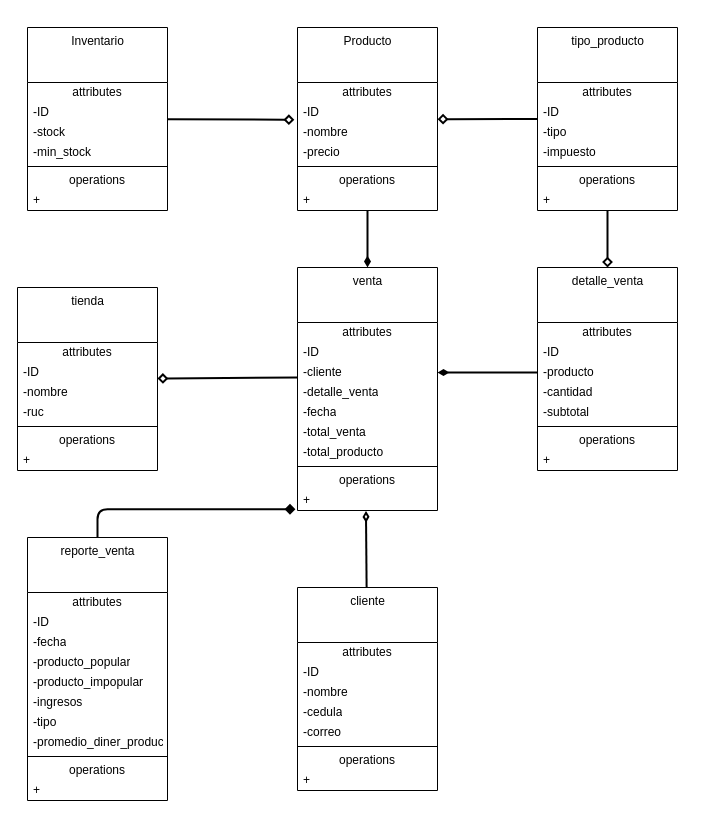
RoChuquiana7845/TareaPOO1 keeps this draw.io diagram as drawio/proyecto.drawio. Above is the earlier version. Source tidied: cells renumbered, new cells numbered last; positions are measured from the earlier drawing's top-left corner, leaving out a move shared by most shapes. Both pictures are drawn from the tidied source at 100%, with x=0, y=0 at pixel (17, 27).
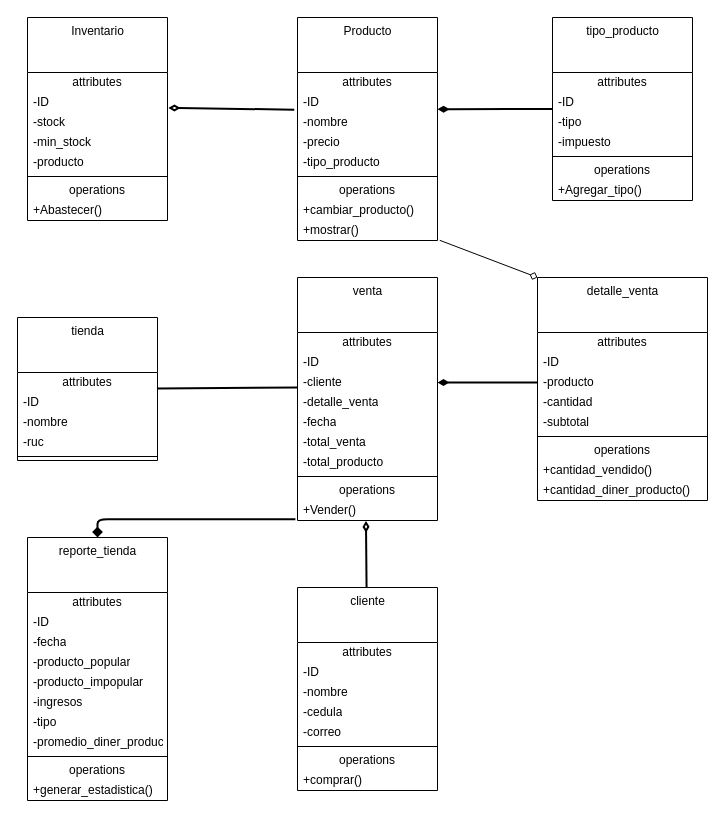
Above is the later version.

Commit message:
Terminamos el diagrama :'D

Unchanged cells that the change refers to:
```xml
<mxCell id="6" value="-stock" style="text;html=1;strokeColor=none;fillColor=none;align=left;verticalAlign=middle;spacingLeft=4;spacingRight=4;overflow=hidden;points=[[0,0.5],[1,0.5]];portConstraint=eastwest;" parent="3" vertex="1">
  <mxGeometry y="95" width="140" height="20" as="geometry" />
</mxCell>
<mxCell id="14" value="-ID" style="text;html=1;strokeColor=none;fillColor=none;align=left;verticalAlign=middle;spacingLeft=4;spacingRight=4;overflow=hidden;points=[[0,0.5],[1,0.5]];portConstraint=eastwest;" parent="12" vertex="1">
  <mxGeometry y="75" width="140" height="20" as="geometry" />
</mxCell>
<mxCell id="33" value="-detalle_venta" style="text;html=1;strokeColor=none;fillColor=none;align=left;verticalAlign=middle;spacingLeft=4;spacingRight=4;overflow=hidden;points=[[0,0.5],[1,0.5]];portConstraint=eastwest;" parent="29" vertex="1">
  <mxGeometry y="115" width="140" height="20" as="geometry" />
</mxCell>
<mxCell id="41" value="cliente" style="swimlane;fontStyle=0;align=center;verticalAlign=top;horizontal=1;startSize=55;html=1;" parent="1" vertex="1">
  <mxGeometry x="280" y="560" width="140" height="203" as="geometry" />
</mxCell>
```

The edit, as a diff of the source:
```diff
@@
-    <mxCell id="2" style="edgeStyle=none;html=1;entryX=-0.023;entryY=0.86;entryDx=0;entryDy=0;entryPerimeter=0;endArrow=diamond;endFill=0;strokeWidth=2;" parent="1" edge="1" source="3" target="14">
+    <mxCell id="2" style="edgeStyle=none;html=1;entryX=-0.023;entryY=0.86;entryDx=0;entryDy=0;entryPerimeter=0;endArrow=none;endFill=0;strokeWidth=2;startArrow=diamondThin;startFill=0;exitX=1.007;exitY=-0.23;exitDx=0;exitDy=0;exitPerimeter=0;" parent="1" edge="1" source="6" target="14">
       <mxGeometry relative="1" as="geometry" />
     </mxCell>
     <mxCell id="3" value="Inventario" style="swimlane;fontStyle=0;align=center;verticalAlign=top;horizontal=1;startSize=55;html=1;" parent="1" vertex="1">
-      <mxGeometry x="10" width="140" height="183" as="geometry" />
+      <mxGeometry x="10" y="-10" width="140" height="203" as="geometry" />
     </mxCell>
@@
+    <mxCell id="83" value="-producto" style="text;html=1;strokeColor=none;fillColor=none;align=left;verticalAlign=middle;spacingLeft=4;spacingRight=4;overflow=hidden;" parent="3" vertex="1">
+      <mxGeometry y="135" width="140" height="20" as="geometry" />
+    </mxCell>
     <mxCell id="8" style="line;strokeWidth=1;fillColor=none;align=left;verticalAlign=middle;spacingTop=-1;spacingLeft=3;spacingRight=3;labelPosition=right;" parent="3" vertex="1">
-      <mxGeometry y="135" width="140" height="8" as="geometry" />
+      <mxGeometry y="155" width="140" height="8" as="geometry" />
     </mxCell>
     <mxCell id="9" value="operations" style="text;html=1;strokeColor=none;fillColor=none;align=center;verticalAlign=middle;spacingLeft=4;spacingRight=4;overflow=hidden;" parent="3" vertex="1">
-      <mxGeometry y="143" width="140" height="20" as="geometry" />
+      <mxGeometry y="163" width="140" height="20" as="geometry" />
     </mxCell>
-    <mxCell id="10" value="+" style="text;html=1;strokeColor=none;fillColor=none;align=left;verticalAlign=middle;spacingLeft=4;spacingRight=4;overflow=hidden;" parent="3" vertex="1">
-      <mxGeometry y="163" width="140" height="20" as="geometry" />
+    <mxCell id="10" value="+Abastecer()" style="text;html=1;strokeColor=none;fillColor=none;align=left;verticalAlign=middle;spacingLeft=4;spacingRight=4;overflow=hidden;" parent="3" vertex="1">
+      <mxGeometry y="183" width="140" height="20" as="geometry" />
     </mxCell>
-    <mxCell id="11" style="edgeStyle=none;html=1;entryX=0.5;entryY=0;entryDx=0;entryDy=0;strokeWidth=2;endArrow=diamondThin;endFill=1;" parent="1" edge="1" source="12" target="29">
-      <mxGeometry relative="1" as="geometry" />
-    </mxCell>
     <mxCell id="12" value="Producto" style="swimlane;fontStyle=0;align=center;verticalAlign=top;horizontal=1;startSize=55;html=1;" parent="1" vertex="1">
-      <mxGeometry x="280" width="140" height="183" as="geometry" />
+      <mxGeometry x="280" y="-10" width="140" height="223" as="geometry" />
     </mxCell>
@@
+    <mxCell id="84" value="-tipo_producto" style="text;html=1;strokeColor=none;fillColor=none;align=left;verticalAlign=middle;spacingLeft=4;spacingRight=4;overflow=hidden;" parent="12" vertex="1">
+      <mxGeometry y="135" width="140" height="20" as="geometry" />
+    </mxCell>
     <mxCell id="17" style="line;strokeWidth=1;fillColor=none;align=left;verticalAlign=middle;spacingTop=-1;spacingLeft=3;spacingRight=3;labelPosition=right;" parent="12" vertex="1">
-      <mxGeometry y="135" width="140" height="8" as="geometry" />
+      <mxGeometry y="155" width="140" height="8" as="geometry" />
     </mxCell>
     <mxCell id="18" value="operations" style="text;html=1;strokeColor=none;fillColor=none;align=center;verticalAlign=middle;spacingLeft=4;spacingRight=4;overflow=hidden;" parent="12" vertex="1">
-      <mxGeometry y="143" width="140" height="20" as="geometry" />
+      <mxGeometry y="163" width="140" height="20" as="geometry" />
     </mxCell>
-    <mxCell id="19" value="+" style="text;html=1;strokeColor=none;fillColor=none;align=left;verticalAlign=middle;spacingLeft=4;spacingRight=4;overflow=hidden;" parent="12" vertex="1">
-      <mxGeometry y="163" width="140" height="20" as="geometry" />
+    <mxCell id="19" value="+cambiar_producto()" style="text;html=1;strokeColor=none;fillColor=none;align=left;verticalAlign=middle;spacingLeft=4;spacingRight=4;overflow=hidden;" parent="12" vertex="1">
+      <mxGeometry y="183" width="140" height="20" as="geometry" />
     </mxCell>
+    <mxCell id="85" value="+mostrar()" style="text;html=1;strokeColor=none;fillColor=none;align=left;verticalAlign=middle;spacingLeft=4;spacingRight=4;overflow=hidden;points=[[0,0.5],[1,0.5]];portConstraint=eastwest;" parent="12" vertex="1">
+      <mxGeometry y="203" width="140" height="20" as="geometry" />
+    </mxCell>
-    <mxCell id="20" style="edgeStyle=none;html=1;entryX=0;entryY=-0.25;entryDx=0;entryDy=0;entryPerimeter=0;strokeWidth=2;endArrow=none;endFill=0;startArrow=diamond;startFill=0;" parent="1" edge="1" source="21" target="33">
+    <mxCell id="20" style="edgeStyle=none;html=1;entryX=0;entryY=-0.25;entryDx=0;entryDy=0;entryPerimeter=0;strokeWidth=2;endArrow=none;endFill=0;startArrow=none;startFill=0;" parent="1" edge="1" source="21" target="33">
       <mxGeometry relative="1" as="geometry" />
     </mxCell>
     <mxCell id="21" value="tienda" style="swimlane;fontStyle=0;align=center;verticalAlign=top;horizontal=1;startSize=55;html=1;" parent="1" vertex="1">
-      <mxGeometry y="260" width="140" height="183" as="geometry" />
+      <mxGeometry y="290" width="140" height="143" as="geometry" />
     </mxCell>
@@
-    <mxCell id="27" value="operations" style="text;html=1;strokeColor=none;fillColor=none;align=center;verticalAlign=middle;spacingLeft=4;spacingRight=4;overflow=hidden;" parent="21" vertex="1">
-      <mxGeometry y="143" width="140" height="20" as="geometry" />
-    </mxCell>
-    <mxCell id="28" value="+" style="text;html=1;strokeColor=none;fillColor=none;align=left;verticalAlign=middle;spacingLeft=4;spacingRight=4;overflow=hidden;" parent="21" vertex="1">
-      <mxGeometry y="163" width="140" height="20" as="geometry" />
-    </mxCell>
     <mxCell id="29" value="venta" style="swimlane;fontStyle=0;align=center;verticalAlign=top;horizontal=1;startSize=55;html=1;" parent="1" vertex="1">
-      <mxGeometry x="280" y="240" width="140" height="243" as="geometry" />
+      <mxGeometry x="280" y="250" width="140" height="243" as="geometry" />
     </mxCell>
@@
-    <mxCell id="39" value="+" style="text;html=1;strokeColor=none;fillColor=none;align=left;verticalAlign=middle;spacingLeft=4;spacingRight=4;overflow=hidden;points=[[0,0.5],[1,0.5]];portConstraint=eastwest;" parent="29" vertex="1">
+    <mxCell id="39" value="+Vender()" style="text;html=1;strokeColor=none;fillColor=none;align=left;verticalAlign=middle;spacingLeft=4;spacingRight=4;overflow=hidden;points=[[0,0.5],[1,0.5]];portConstraint=eastwest;" parent="29" vertex="1">
       <mxGeometry y="223" width="140" height="20" as="geometry" />
     </mxCell>
@@
-    <mxCell id="49" value="+" style="text;html=1;strokeColor=none;fillColor=none;align=left;verticalAlign=middle;spacingLeft=4;spacingRight=4;overflow=hidden;" parent="41" vertex="1">
+    <mxCell id="49" value="+comprar()" style="text;html=1;strokeColor=none;fillColor=none;align=left;verticalAlign=middle;spacingLeft=4;spacingRight=4;overflow=hidden;" parent="41" vertex="1">
       <mxGeometry y="183" width="140" height="20" as="geometry" />
     </mxCell>
-    <mxCell id="50" style="edgeStyle=orthogonalEdgeStyle;html=1;entryX=-0.015;entryY=0.936;entryDx=0;entryDy=0;entryPerimeter=0;strokeWidth=2;startArrow=none;startFill=0;endArrow=diamond;endFill=1;" parent="1" edge="1" source="51" target="39">
+    <mxCell id="50" style="edgeStyle=orthogonalEdgeStyle;html=1;entryX=-0.015;entryY=0.936;entryDx=0;entryDy=0;entryPerimeter=0;strokeWidth=2;startArrow=diamond;startFill=1;endArrow=none;endFill=0;" parent="1" edge="1" source="51" target="39">
       <mxGeometry relative="1" as="geometry" />
     </mxCell>
-    <mxCell id="51" value="reporte_venta" style="swimlane;fontStyle=0;align=center;verticalAlign=top;horizontal=1;startSize=55;html=1;" parent="1" vertex="1">
+    <mxCell id="51" value="reporte_tienda" style="swimlane;fontStyle=0;align=center;verticalAlign=top;horizontal=1;startSize=55;html=1;" parent="1" vertex="1">
       <mxGeometry x="10" y="510" width="140" height="263" as="geometry" />
     </mxCell>
@@
-    <mxCell id="62" value="+" style="text;html=1;strokeColor=none;fillColor=none;align=left;verticalAlign=middle;spacingLeft=4;spacingRight=4;overflow=hidden;" parent="51" vertex="1">
+    <mxCell id="62" value="+generar_estadistica()" style="text;html=1;strokeColor=none;fillColor=none;align=left;verticalAlign=middle;spacingLeft=4;spacingRight=4;overflow=hidden;" parent="51" vertex="1">
       <mxGeometry y="243" width="140" height="20" as="geometry" />
     </mxCell>
-    <mxCell id="63" style="edgeStyle=none;html=1;entryX=1.001;entryY=0.833;entryDx=0;entryDy=0;entryPerimeter=0;strokeWidth=2;endArrow=diamond;endFill=0;" parent="1" edge="1" source="65" target="14">
+    <mxCell id="63" style="edgeStyle=none;html=1;entryX=1.001;entryY=0.833;entryDx=0;entryDy=0;entryPerimeter=0;strokeWidth=2;endArrow=diamondThin;endFill=1;" parent="1" edge="1" source="65" target="14">
       <mxGeometry relative="1" as="geometry" />
     </mxCell>
-    <mxCell id="64" style="edgeStyle=none;html=1;entryX=0.5;entryY=0;entryDx=0;entryDy=0;strokeWidth=2;endArrow=diamond;endFill=0;" parent="1" edge="1" source="65" target="73">
-      <mxGeometry relative="1" as="geometry" />
-    </mxCell>
     <mxCell id="65" value="tipo_producto" style="swimlane;fontStyle=0;align=center;verticalAlign=top;horizontal=1;startSize=55;html=1;" parent="1" vertex="1">
-      <mxGeometry x="520" width="140" height="183" as="geometry" />
+      <mxGeometry x="535" y="-10" width="140" height="183" as="geometry" />
     </mxCell>
@@
-    <mxCell id="72" value="+" style="text;html=1;strokeColor=none;fillColor=none;align=left;verticalAlign=middle;spacingLeft=4;spacingRight=4;overflow=hidden;" parent="65" vertex="1">
+    <mxCell id="72" value="+Agregar_tipo()" style="text;html=1;strokeColor=none;fillColor=none;align=left;verticalAlign=middle;spacingLeft=4;spacingRight=4;overflow=hidden;" parent="65" vertex="1">
       <mxGeometry y="163" width="140" height="20" as="geometry" />
     </mxCell>
     <mxCell id="73" value="detalle_venta" style="swimlane;fontStyle=0;align=center;verticalAlign=top;horizontal=1;startSize=55;html=1;" parent="1" vertex="1">
-      <mxGeometry x="520" y="240" width="140" height="203" as="geometry" />
+      <mxGeometry x="520" y="250" width="170" height="223" as="geometry" />
     </mxCell>
     <mxCell id="74" value="attributes" style="text;html=1;strokeColor=none;fillColor=none;align=center;verticalAlign=middle;spacingLeft=4;spacingRight=4;overflow=hidden;" parent="73" vertex="1">
-      <mxGeometry y="55" width="140" height="20" as="geometry" />
+      <mxGeometry y="55" width="170" height="20" as="geometry" />
     </mxCell>
     <mxCell id="75" value="-ID" style="text;html=1;strokeColor=none;fillColor=none;align=left;verticalAlign=middle;spacingLeft=4;spacingRight=4;overflow=hidden;" parent="73" vertex="1">
-      <mxGeometry y="75" width="140" height="20" as="geometry" />
+      <mxGeometry y="75" width="170" height="20" as="geometry" />
     </mxCell>
     <mxCell id="76" value="-producto" style="text;html=1;strokeColor=none;fillColor=none;align=left;verticalAlign=middle;spacingLeft=4;spacingRight=4;overflow=hidden;points=[[0,0.5],[1,0.5]];portConstraint=eastwest;" parent="73" vertex="1">
-      <mxGeometry y="95" width="140" height="20" as="geometry" />
+      <mxGeometry y="95" width="170" height="20" as="geometry" />
     </mxCell>
     <mxCell id="77" value="-cantidad" style="text;html=1;strokeColor=none;fillColor=none;align=left;verticalAlign=middle;spacingLeft=4;spacingRight=4;overflow=hidden;" parent="73" vertex="1">
-      <mxGeometry y="115" width="140" height="20" as="geometry" />
+      <mxGeometry y="115" width="170" height="20" as="geometry" />
     </mxCell>
     <mxCell id="78" value="-subtotal" style="text;html=1;strokeColor=none;fillColor=none;align=left;verticalAlign=middle;spacingLeft=4;spacingRight=4;overflow=hidden;" parent="73" vertex="1">
-      <mxGeometry y="135" width="140" height="20" as="geometry" />
+      <mxGeometry y="135" width="170" height="20" as="geometry" />
     </mxCell>
     <mxCell id="79" style="line;strokeWidth=1;fillColor=none;align=left;verticalAlign=middle;spacingTop=-1;spacingLeft=3;spacingRight=3;labelPosition=right;" parent="73" vertex="1">
-      <mxGeometry y="155" width="140" height="8" as="geometry" />
+      <mxGeometry y="155" width="170" height="8" as="geometry" />
     </mxCell>
     <mxCell id="80" value="operations" style="text;html=1;strokeColor=none;fillColor=none;align=center;verticalAlign=middle;spacingLeft=4;spacingRight=4;overflow=hidden;" parent="73" vertex="1">
-      <mxGeometry y="163" width="140" height="20" as="geometry" />
+      <mxGeometry y="163" width="170" height="20" as="geometry" />
     </mxCell>
-    <mxCell id="81" value="+" style="text;html=1;strokeColor=none;fillColor=none;align=left;verticalAlign=middle;spacingLeft=4;spacingRight=4;overflow=hidden;" parent="73" vertex="1">
-      <mxGeometry y="183" width="140" height="20" as="geometry" />
+    <mxCell id="81" value="+cantidad_vendido()" style="text;html=1;strokeColor=none;fillColor=none;align=left;verticalAlign=middle;spacingLeft=4;spacingRight=4;overflow=hidden;" parent="73" vertex="1">
+      <mxGeometry y="183" width="170" height="20" as="geometry" />
     </mxCell>
+    <mxCell id="86" value="+cantidad_diner_producto()" style="text;html=1;strokeColor=none;fillColor=none;align=left;verticalAlign=middle;spacingLeft=4;spacingRight=4;overflow=hidden;" parent="73" vertex="1">
+      <mxGeometry y="203" width="170" height="20" as="geometry" />
+    </mxCell>
@@
+    <mxCell id="87" style="edgeStyle=none;html=1;entryX=0;entryY=0;entryDx=0;entryDy=0;startArrow=none;startFill=0;endArrow=diamond;endFill=0;exitX=1.016;exitY=0.99;exitDx=0;exitDy=0;exitPerimeter=0;" parent="1" edge="1" source="85" target="73">
+      <mxGeometry relative="1" as="geometry" />
+    </mxCell>
```
